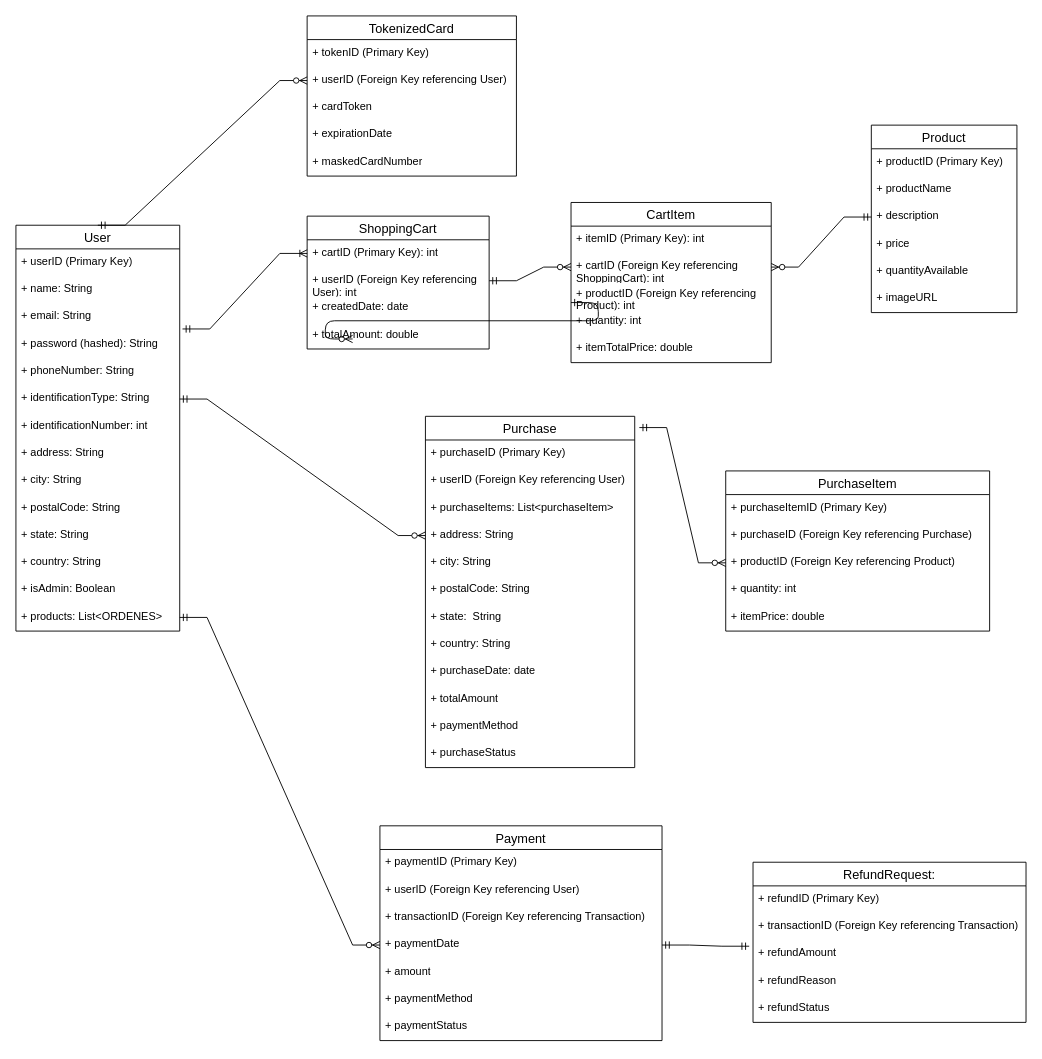
Before: Diagrama entidad relacion.drawio in psmedinadi22/Prototype-PayU, a draw.io diagram. Source tidied: cells renumbered, new cells numbered last; positions are measured from the earlier drawing's top-left corner, leaving out a move shared by most shapes. Both pictures are drawn from the tidied source at 91%, with x=0, y=0 at pixel (-30, 15).
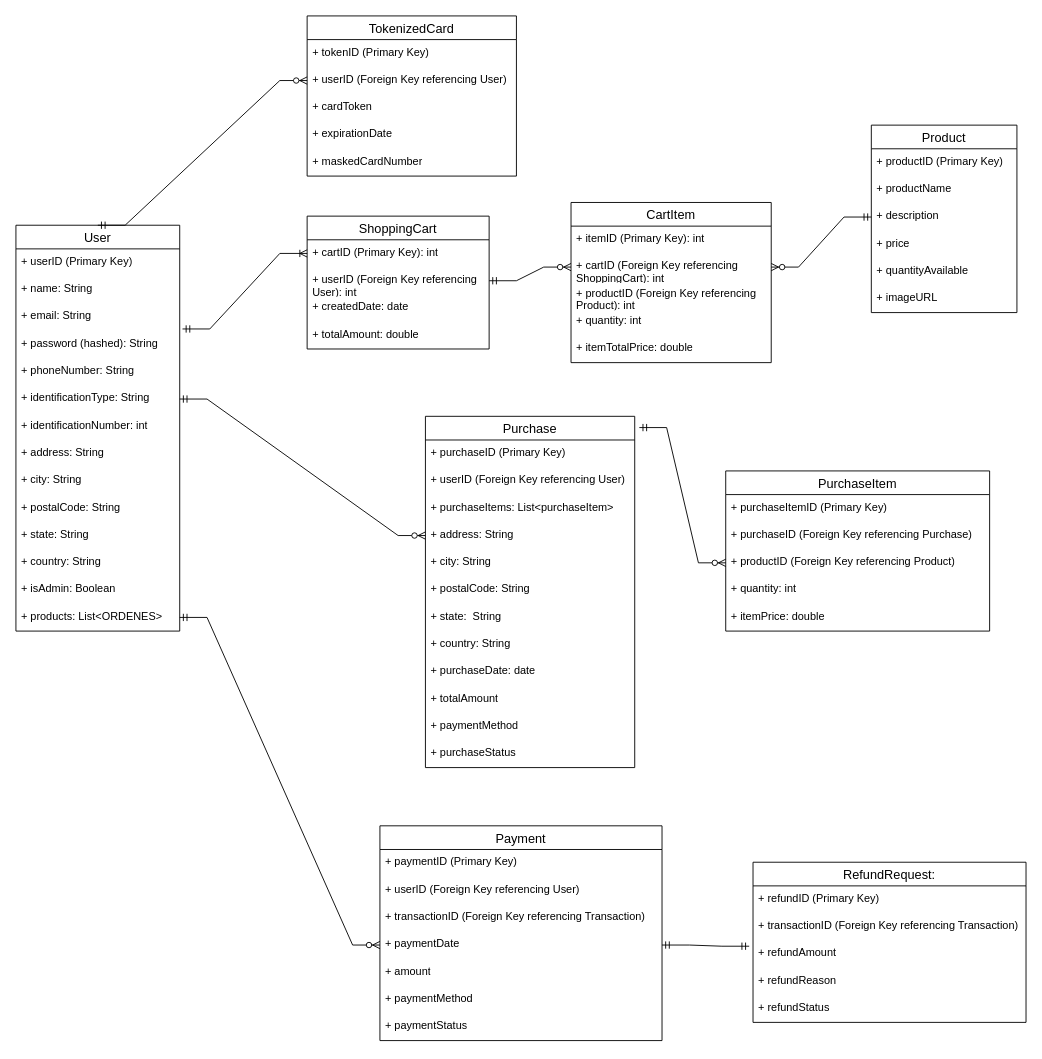
The same page after the edit.

What changed in the source:
```diff
@@
-    <mxCell id="2" style="edgeStyle=entityRelationEdgeStyle;endArrow=ERzeroToMany;startArrow=ERone;endFill=1;startFill=0;" parent="1" edge="1">
-      <mxGeometry relative="1" as="geometry">
-        <mxPoint x="660" y="315" as="sourcePoint" />
-        <mxPoint x="420" y="355" as="targetPoint" />
-      </mxGeometry>
-    </mxCell>
```
